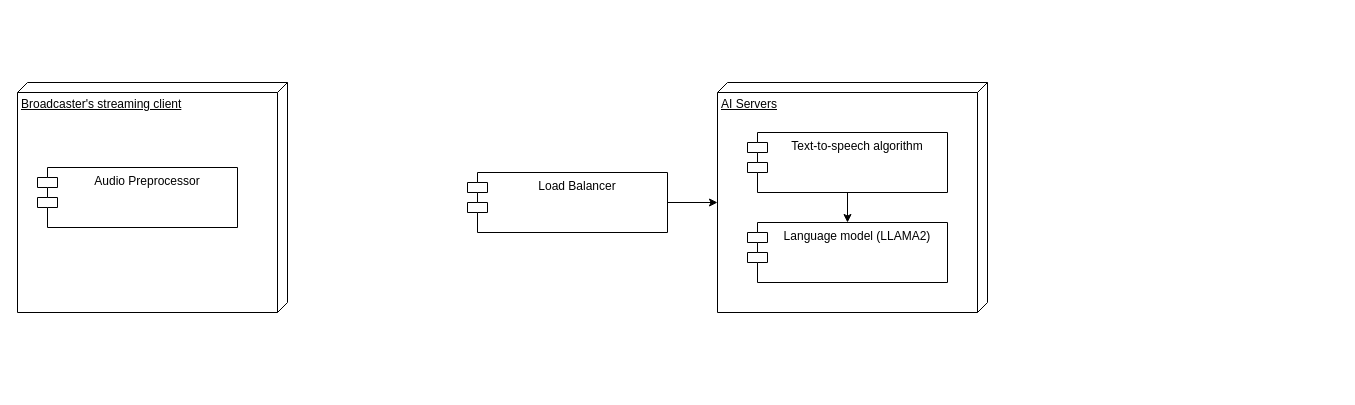
Above: Decomposition.drawio in jsokhon/CS331-Team-Project (draw.io), before the change. Source tidied: cells renumbered, new cells numbered last; positions are measured from the earlier drawing's top-left corner, leaving out a move shared by most shapes. Both pictures are drawn from the tidied source at 100%, with x=0, y=0 at pixel (17, 82).
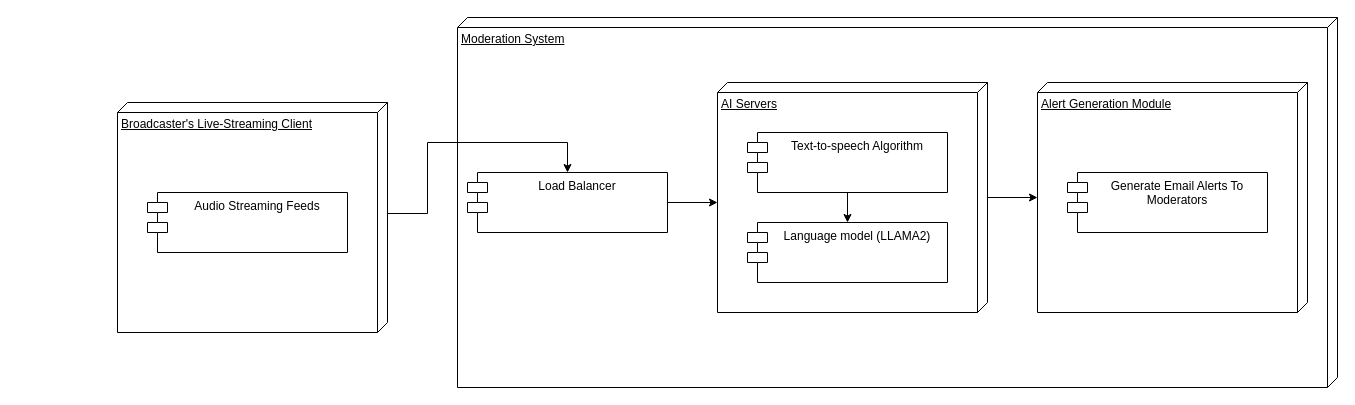
After the change.

Change to the diagram source:
```diff
@@
 <mxGraphModel>
   <root>
     <mxCell id="0" />
     <mxCell id="1" parent="0" />
+    <mxCell id="7" value="AI Servers" style="verticalAlign=top;align=left;spacingTop=8;spacingLeft=2;spacingRight=12;shape=cube;size=10;direction=south;fontStyle=4;html=1;whiteSpace=wrap;fillColor=none;" parent="1" vertex="1">
+      <mxGeometry x="700" width="270" height="230" as="geometry" />
+    </mxCell>
+    <mxCell id="10" value="Moderation System" style="verticalAlign=top;align=left;spacingTop=8;spacingLeft=2;spacingRight=12;shape=cube;size=10;direction=south;fontStyle=4;html=1;whiteSpace=wrap;fillColor=none;" parent="1" vertex="1">
+      <mxGeometry x="440" y="-65" width="880" height="370" as="geometry" />
+    </mxCell>
     <mxCell id="2" style="edgeStyle=orthogonalEdgeStyle;rounded=0;jettySize=auto;html=1;endArrow=classic;endFill=1;exitX=1;exitY=0.5;exitDx=0;exitDy=0;entryX=0;entryY=0;entryDx=120;entryDy=270;entryPerimeter=0;" parent="1" edge="1" source="3" target="7">
       <mxGeometry relative="1" as="geometry" />
     </mxCell>
     <mxCell id="3" value="Load Balancer" style="shape=module;align=left;spacingLeft=20;align=center;verticalAlign=top;whiteSpace=wrap;html=1;" parent="1" vertex="1">
       <mxGeometry x="450" y="90" width="200" height="60" as="geometry" />
     </mxCell>
     <mxCell id="4" value="Language model (LLAMA2)" style="shape=module;align=left;spacingLeft=20;align=center;verticalAlign=top;whiteSpace=wrap;html=1;" parent="1" vertex="1">
       <mxGeometry x="730" y="140" width="200" height="60" as="geometry" />
     </mxCell>
     <mxCell id="5" style="edgeStyle=orthogonalEdgeStyle;rounded=0;jettySize=auto;html=1;" parent="1" edge="1" source="6" target="4">
       <mxGeometry relative="1" as="geometry" />
     </mxCell>
-    <mxCell id="6" value="Text-to-speech algorithm" style="shape=module;align=center;spacingLeft=20;align=center;verticalAlign=top;whiteSpace=wrap;html=1;" parent="1" vertex="1">
+    <mxCell id="6" value="Text-to-speech Algorithm" style="shape=module;align=center;spacingLeft=20;align=center;verticalAlign=top;whiteSpace=wrap;html=1;" parent="1" vertex="1">
       <mxGeometry x="730" y="50" width="200" height="60" as="geometry" />
     </mxCell>
-    <mxCell id="7" value="AI Servers" style="verticalAlign=top;align=left;spacingTop=8;spacingLeft=2;spacingRight=12;shape=cube;size=10;direction=south;fontStyle=4;html=1;whiteSpace=wrap;fillColor=none;" parent="1" vertex="1">
-      <mxGeometry x="700" width="270" height="230" as="geometry" />
-    </mxCell>
+    <mxCell id="9" value="Broadcaster's Live-Streaming Client" style="verticalAlign=top;align=left;spacingTop=8;spacingLeft=2;spacingRight=12;shape=cube;size=10;direction=south;fontStyle=4;html=1;whiteSpace=wrap;fillColor=none;" parent="1" vertex="1">
+      <mxGeometry x="100" y="20" width="270" height="230" as="geometry" />
+    </mxCell>
-    <mxCell id="8" value="Audio Preprocessor" style="shape=module;align=left;spacingLeft=20;align=center;verticalAlign=top;whiteSpace=wrap;html=1;" parent="1" vertex="1">
-      <mxGeometry x="20" y="85" width="200" height="60" as="geometry" />
+    <mxCell id="8" value="Audio Streaming Feeds" style="shape=module;align=left;spacingLeft=20;align=center;verticalAlign=top;whiteSpace=wrap;html=1;" parent="1" vertex="1">
+      <mxGeometry x="130" y="110" width="200" height="60" as="geometry" />
     </mxCell>
-    <mxCell id="9" value="Broadcaster's streaming client" style="verticalAlign=top;align=left;spacingTop=8;spacingLeft=2;spacingRight=12;shape=cube;size=10;direction=south;fontStyle=4;html=1;whiteSpace=wrap;fillColor=none;" parent="1" vertex="1">
-      <mxGeometry width="270" height="230" as="geometry" />
-    </mxCell>
+    <mxCell id="11" style="endArrow=classic;html=1;rounded=0;endFill=1;entryX=0.5;entryY=0;entryDx=0;entryDy=0;edgeStyle=orthogonalEdgeStyle;exitX=0.449;exitY=0;exitDx=0;exitDy=0;exitPerimeter=0;" parent="1" edge="1" source="9" target="3">
+      <mxGeometry relative="1" as="geometry">
+        <Array as="points">
+          <mxPoint x="370" y="131" />
+          <mxPoint x="410" y="131" />
+          <mxPoint x="410" y="60" />
+          <mxPoint x="550" y="60" />
+        </Array>
+      </mxGeometry>
+    </mxCell>
+    <mxCell id="12" value="Alert Generation Module" style="verticalAlign=top;align=left;spacingTop=8;spacingLeft=2;spacingRight=12;shape=cube;size=10;direction=south;fontStyle=4;html=1;whiteSpace=wrap;fillColor=none;" parent="1" vertex="1">
+      <mxGeometry x="1020" width="270" height="230" as="geometry" />
+    </mxCell>
+    <mxCell id="13" value="Generate Email Alerts To Moderators" style="shape=module;align=left;spacingLeft=20;align=center;verticalAlign=top;whiteSpace=wrap;html=1;" parent="1" vertex="1">
+      <mxGeometry x="1050" y="90" width="200" height="60" as="geometry" />
+    </mxCell>
+    <mxCell id="14" style="edgeStyle=orthogonalEdgeStyle;rounded=0;jettySize=auto;html=1;entryX=0.5;entryY=1;entryDx=0;entryDy=0;entryPerimeter=0;" parent="1" edge="1" source="7" target="12">
+      <mxGeometry relative="1" as="geometry" />
+    </mxCell>
   </root>
 </mxGraphModel>
```
